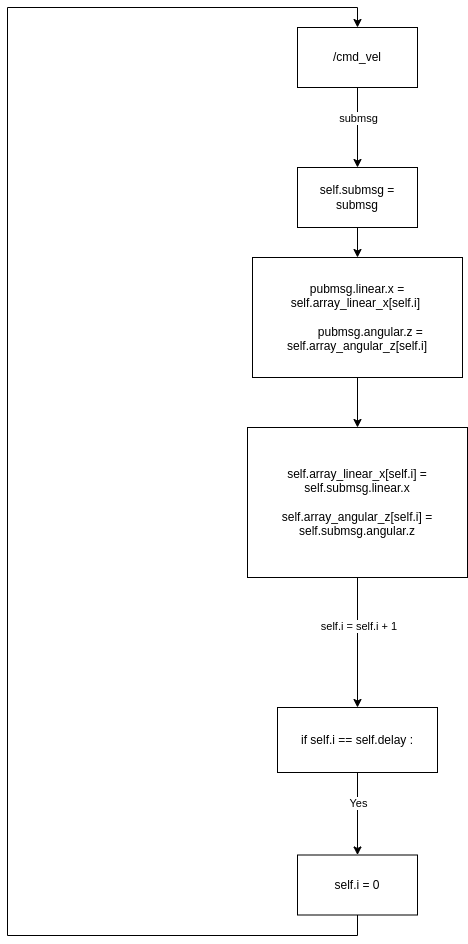
Above: Figures/drawio/cmd_vel_subpub.png in Lars-33/masteruia2 (draw.io), before the change. Source tidied: cells renumbered, new cells last; positions are measured from the earlier drawing's top-left corner, leaving out a move shared by most shapes. Its diagram source:
```xml
<mxGraphModel>
  <root>
    <mxCell id="0" />
    <mxCell id="1" parent="0" />
    <mxCell id="2" style="edgeStyle=orthogonalEdgeStyle;rounded=0;jettySize=auto;html=1;" parent="1" edge="1" source="4" target="6">
      <mxGeometry relative="1" as="geometry">
        <Array as="points">
          <mxPoint x="350" y="110" />
          <mxPoint x="350" y="110" />
        </Array>
      </mxGeometry>
    </mxCell>
    <mxCell id="3" value="submsg" style="edgeLabel;html=1;align=center;verticalAlign=middle;" parent="2" vertex="1">
      <mxGeometry x="-0.26" y="3" relative="1" as="geometry">
        <mxPoint x="-3" as="offset" />
      </mxGeometry>
    </mxCell>
    <mxCell id="4" value="/cmd_vel" style="rounded=0;whiteSpace=wrap;html=1;" parent="1" vertex="1">
      <mxGeometry x="290" y="20" width="120" height="60" as="geometry" />
    </mxCell>
    <mxCell id="5" style="edgeStyle=orthogonalEdgeStyle;rounded=0;jettySize=auto;html=1;" parent="1" edge="1" source="6" target="11">
      <mxGeometry relative="1" as="geometry" />
    </mxCell>
    <mxCell id="6" value="self.submsg = submsg" style="whiteSpace=wrap;html=1;rounded=0;" parent="1" vertex="1">
      <mxGeometry x="290" y="160" width="120" height="60" as="geometry" />
    </mxCell>
    <mxCell id="7" style="edgeStyle=orthogonalEdgeStyle;rounded=0;jettySize=auto;html=1;" parent="1" edge="1" source="9" target="14">
      <mxGeometry relative="1" as="geometry" />
    </mxCell>
    <mxCell id="8" value="self.i = self.i + 1&amp;nbsp;" style="edgeLabel;html=1;align=center;verticalAlign=middle;" parent="7" vertex="1">
      <mxGeometry x="-0.26" y="2" relative="1" as="geometry" />
    </mxCell>
    <mxCell id="9" value="self.array_linear_x[self.i] = self.submsg.linear.x&lt;br&gt;&lt;br&gt;self.array_angular_z[self.i] = self.submsg.angular.z" style="whiteSpace=wrap;html=1;rounded=0;" parent="1" vertex="1">
      <mxGeometry x="240" y="420" width="220" height="150" as="geometry" />
    </mxCell>
    <mxCell id="10" style="edgeStyle=orthogonalEdgeStyle;rounded=0;jettySize=auto;html=1;" parent="1" edge="1" source="11" target="9">
      <mxGeometry relative="1" as="geometry" />
    </mxCell>
    <mxCell id="11" value="&lt;div&gt;pubmsg.linear.x = self.array_linear_x[self.i]&amp;nbsp;&lt;/div&gt;&lt;div&gt;&lt;br&gt;&lt;/div&gt;&lt;div&gt;&amp;nbsp; &amp;nbsp; &amp;nbsp; &amp;nbsp; pubmsg.angular.z = self.array_angular_z[self.i]&lt;/div&gt;" style="rounded=0;whiteSpace=wrap;html=1;" parent="1" vertex="1">
      <mxGeometry x="245" y="250" width="210" height="120" as="geometry" />
    </mxCell>
    <mxCell id="12" style="edgeStyle=orthogonalEdgeStyle;rounded=0;jettySize=auto;html=1;" parent="1" edge="1" source="14" target="16">
      <mxGeometry relative="1" as="geometry">
        <Array as="points">
          <mxPoint x="350" y="800" />
          <mxPoint x="350" y="800" />
        </Array>
      </mxGeometry>
    </mxCell>
    <mxCell id="13" value="Yes" style="edgeLabel;html=1;align=center;verticalAlign=middle;" parent="12" vertex="1">
      <mxGeometry x="-0.27" relative="1" as="geometry" />
    </mxCell>
    <mxCell id="14" value="if self.i == self.delay :" style="whiteSpace=wrap;html=1;rounded=0;" parent="1" vertex="1">
      <mxGeometry x="270" y="700" width="160" height="65" as="geometry" />
    </mxCell>
    <mxCell id="15" style="edgeStyle=orthogonalEdgeStyle;rounded=0;jettySize=auto;html=1;exitX=0.5;exitY=1;exitDx=0;exitDy=0;entryX=0.5;entryY=0;entryDx=0;entryDy=0;" parent="1" edge="1" source="16" target="4">
      <mxGeometry relative="1" as="geometry">
        <Array as="points">
          <mxPoint x="350" y="928" />
          <mxPoint y="928" />
          <mxPoint />
          <mxPoint x="350" />
        </Array>
      </mxGeometry>
    </mxCell>
    <mxCell id="16" value="self.i = 0" style="whiteSpace=wrap;html=1;rounded=0;" parent="1" vertex="1">
      <mxGeometry x="290" y="847.5" width="120" height="60" as="geometry" />
    </mxCell>
  </root>
</mxGraphModel>
```
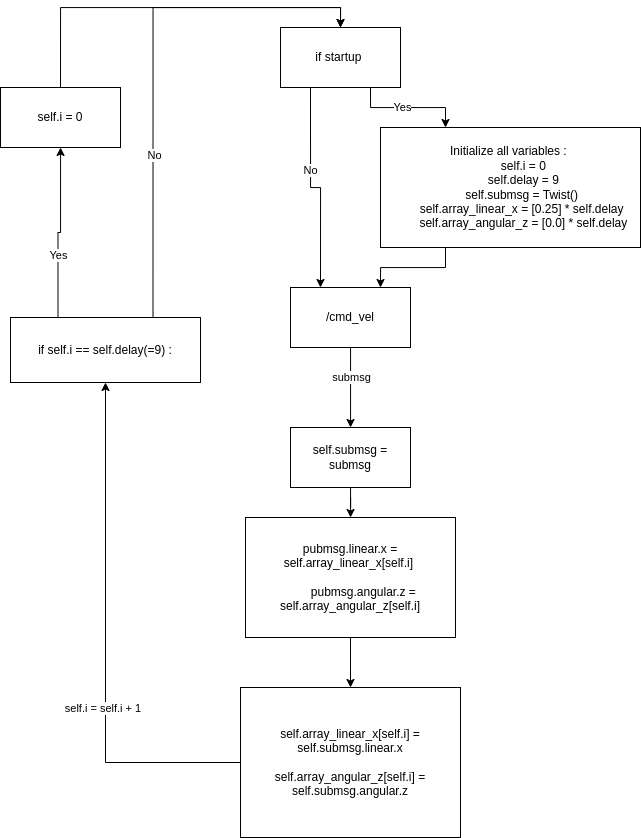
Above is the later version.

The edit, as a diff of the source:
```diff
@@ -39,32 +39,52 @@
     <mxCell id="11" value="&lt;div&gt;pubmsg.linear.x = self.array_linear_x[self.i]&amp;nbsp;&lt;/div&gt;&lt;div&gt;&lt;br&gt;&lt;/div&gt;&lt;div&gt;&amp;nbsp; &amp;nbsp; &amp;nbsp; &amp;nbsp; pubmsg.angular.z = self.array_angular_z[self.i]&lt;/div&gt;" style="rounded=0;whiteSpace=wrap;html=1;" parent="1" vertex="1">
       <mxGeometry x="245" y="250" width="210" height="120" as="geometry" />
     </mxCell>
-    <mxCell id="12" style="edgeStyle=orthogonalEdgeStyle;rounded=0;jettySize=auto;html=1;" parent="1" edge="1" source="14" target="16">
-      <mxGeometry relative="1" as="geometry">
-        <Array as="points">
-          <mxPoint x="350" y="800" />
-          <mxPoint x="350" y="800" />
-        </Array>
-      </mxGeometry>
+    <mxCell id="12" style="edgeStyle=orthogonalEdgeStyle;rounded=0;jettySize=auto;html=1;exitX=0.75;exitY=1;exitDx=0;exitDy=0;" parent="1" edge="1" source="14" target="16">
+      <mxGeometry relative="1" as="geometry" />
     </mxCell>
     <mxCell id="13" value="Yes" style="edgeLabel;html=1;align=center;verticalAlign=middle;" parent="12" vertex="1">
       <mxGeometry x="-0.27" relative="1" as="geometry" />
     </mxCell>
+    <mxCell id="17" style="edgeStyle=orthogonalEdgeStyle;rounded=0;jettySize=auto;html=1;exitX=0.25;exitY=1;exitDx=0;exitDy=0;entryX=0.5;entryY=0;entryDx=0;entryDy=0;" parent="1" edge="1" source="14" target="24">
+      <mxGeometry relative="1" as="geometry" />
+    </mxCell>
+    <mxCell id="18" value="No" style="edgeLabel;html=1;align=center;verticalAlign=middle;" parent="17" vertex="1">
+      <mxGeometry x="-0.37" y="-1" relative="1" as="geometry" />
+    </mxCell>
-    <mxCell id="14" value="if self.i == self.delay :" style="whiteSpace=wrap;html=1;rounded=0;" parent="1" vertex="1">
-      <mxGeometry x="270" y="700" width="160" height="65" as="geometry" />
+    <mxCell id="14" value="if self.i == self.delay(=9) :" style="whiteSpace=wrap;html=1;rounded=0;direction=west;" parent="1" vertex="1">
+      <mxGeometry x="10" y="50" width="190" height="65" as="geometry" />
     </mxCell>
-    <mxCell id="15" style="edgeStyle=orthogonalEdgeStyle;rounded=0;jettySize=auto;html=1;exitX=0.5;exitY=1;exitDx=0;exitDy=0;entryX=0.5;entryY=0;entryDx=0;entryDy=0;" parent="1" edge="1" source="16" target="4">
-      <mxGeometry relative="1" as="geometry">
-        <Array as="points">
-          <mxPoint x="350" y="928" />
-          <mxPoint y="928" />
-          <mxPoint />
-          <mxPoint x="350" />
-        </Array>
-      </mxGeometry>
-    </mxCell>
+    <mxCell id="19" style="edgeStyle=orthogonalEdgeStyle;rounded=0;jettySize=auto;html=1;exitX=0.5;exitY=1;exitDx=0;exitDy=0;entryX=0.5;entryY=0;entryDx=0;entryDy=0;" parent="1" edge="1" source="16" target="24">
+      <mxGeometry relative="1" as="geometry">
+        <Array as="points">
+          <mxPoint x="60" y="-260" />
+          <mxPoint x="340" y="-260" />
+        </Array>
+      </mxGeometry>
+    </mxCell>
-    <mxCell id="16" value="self.i = 0" style="whiteSpace=wrap;html=1;rounded=0;" parent="1" vertex="1">
-      <mxGeometry x="290" y="847.5" width="120" height="60" as="geometry" />
+    <mxCell id="16" value="self.i = 0" style="whiteSpace=wrap;html=1;rounded=0;direction=west;" parent="1" vertex="1">
+      <mxGeometry y="-180" width="120" height="60" as="geometry" />
     </mxCell>
+    <mxCell id="20" style="edgeStyle=orthogonalEdgeStyle;rounded=0;jettySize=auto;html=1;exitX=0.75;exitY=1;exitDx=0;exitDy=0;entryX=0.25;entryY=0;entryDx=0;entryDy=0;" parent="1" edge="1" source="24" target="26">
+      <mxGeometry relative="1" as="geometry" />
+    </mxCell>
+    <mxCell id="21" value="Yes" style="edgeLabel;html=1;align=center;verticalAlign=middle;" parent="20" vertex="1">
+      <mxGeometry x="-0.11" y="1" relative="1" as="geometry" />
+    </mxCell>
+    <mxCell id="22" style="edgeStyle=orthogonalEdgeStyle;rounded=0;jettySize=auto;html=1;exitX=0.25;exitY=1;exitDx=0;exitDy=0;entryX=0.25;entryY=0;entryDx=0;entryDy=0;" parent="1" edge="1" source="24" target="4">
+      <mxGeometry relative="1" as="geometry" />
+    </mxCell>
+    <mxCell id="23" value="No" style="edgeLabel;html=1;align=center;verticalAlign=middle;" parent="22" vertex="1">
+      <mxGeometry x="-0.22" y="-1" relative="1" as="geometry" />
+    </mxCell>
+    <mxCell id="24" value="if startup&amp;nbsp;" style="whiteSpace=wrap;html=1;" parent="1" vertex="1">
+      <mxGeometry x="280" y="-240" width="120" height="60" as="geometry" />
+    </mxCell>
+    <mxCell id="25" style="edgeStyle=orthogonalEdgeStyle;rounded=0;jettySize=auto;html=1;exitX=0.25;exitY=1;exitDx=0;exitDy=0;entryX=0.75;entryY=0;entryDx=0;entryDy=0;" parent="1" edge="1" source="26" target="4">
+      <mxGeometry relative="1" as="geometry" />
+    </mxCell>
+    <mxCell id="26" value="Initialize all variables :&amp;nbsp;&lt;div&gt;&amp;nbsp; &amp;nbsp; &amp;nbsp; &amp;nbsp; self.i = 0&lt;/div&gt;&lt;div&gt;&amp;nbsp; &amp;nbsp; &amp;nbsp; &amp;nbsp; self.delay = 9&lt;/div&gt;&lt;div&gt;&amp;nbsp; &amp;nbsp; &amp;nbsp; &amp;nbsp; self.submsg = Twist()&amp;nbsp;&lt;/div&gt;&lt;div&gt;&amp;nbsp; &amp;nbsp; &amp;nbsp; &amp;nbsp; self.array_linear_x = [0.25] * self.delay&amp;nbsp;&lt;/div&gt;&lt;div&gt;&amp;nbsp; &amp;nbsp; &amp;nbsp; &amp;nbsp; self.array_angular_z = [0.0] * self.delay&lt;/div&gt;" style="rounded=0;whiteSpace=wrap;html=1;" parent="1" vertex="1">
+      <mxGeometry x="380" y="-140" width="260" height="120" as="geometry" />
+    </mxCell>
   </root>
 </mxGraphModel>
```
